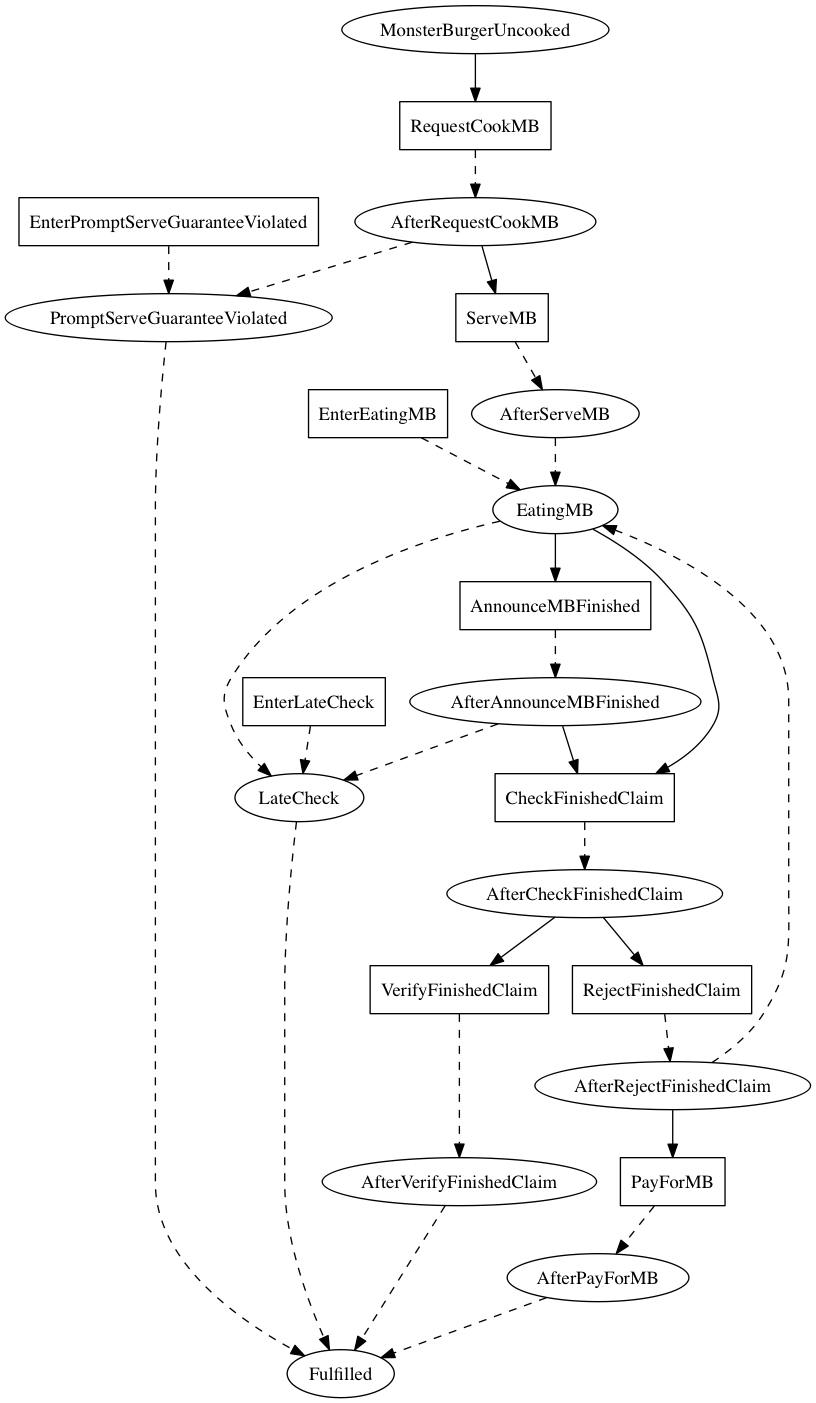
The Graphviz diagram linear_state_machine_language/pyL4/examples_graphviz_gen/monster_burger.png in Marcao02/complaw-deeptech, before a commit. Its source is kept beside it as linear_state_machine_language/pyL4/examples_graphviz_gen/monster_burger.dot.
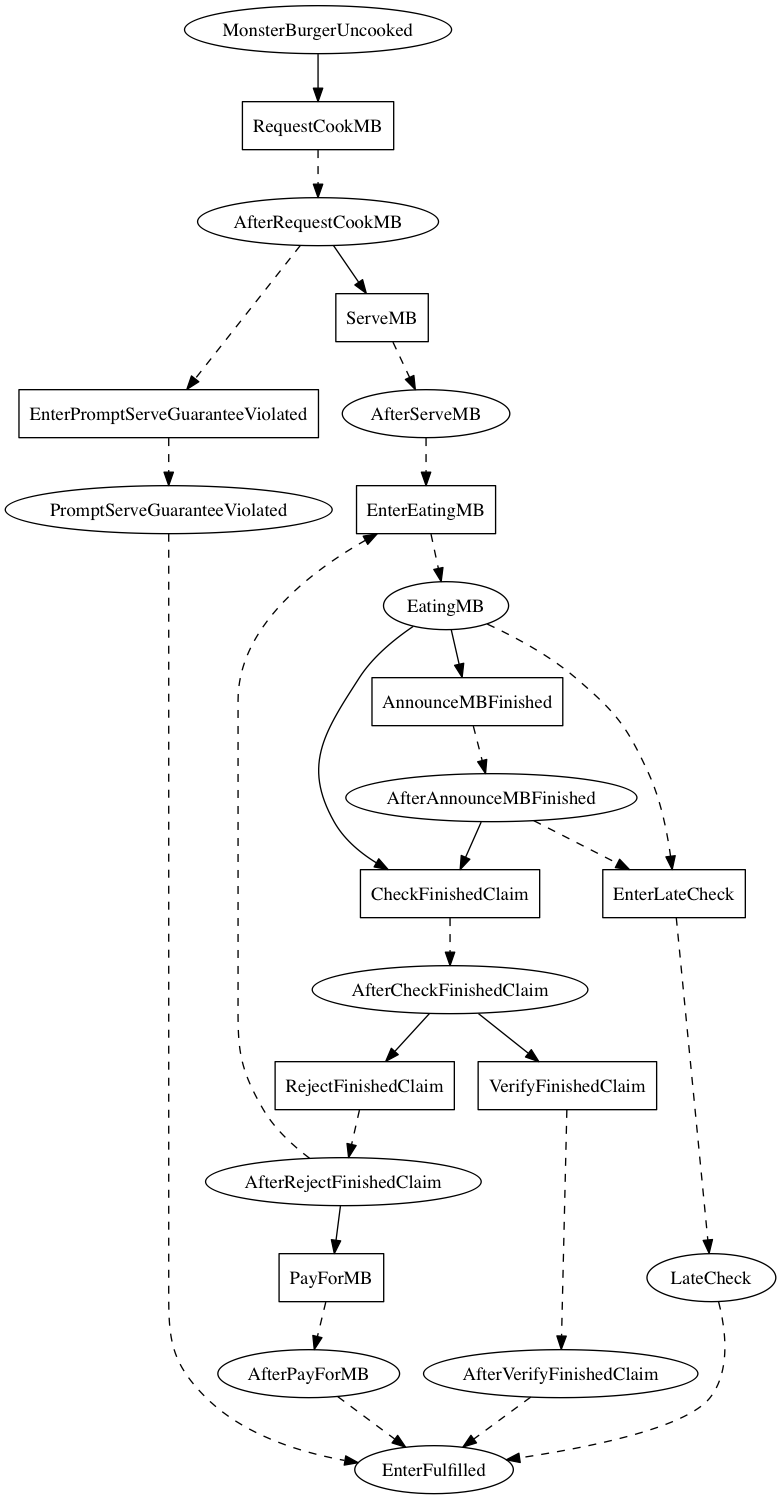
Later version of the same file.

Diff of the diagram source:
```diff
@@ -25,21 +25,21 @@
 
     MonsterBurgerUncooked -> RequestCookMB;
 	AfterRequestCookMB -> ServeMB;
-	AfterRequestCookMB -> PromptServeGuaranteeViolated [style=dashed];
-	AfterServeMB -> EatingMB [style=dashed];
-	PromptServeGuaranteeViolated -> Fulfilled [style=dashed];
+	AfterRequestCookMB -> EnterPromptServeGuaranteeViolated [style=dashed];
+	AfterServeMB -> EnterEatingMB [style=dashed];
+	PromptServeGuaranteeViolated -> EnterFulfilled [style=dashed];
 	EatingMB -> AnnounceMBFinished;
 	EatingMB -> CheckFinishedClaim;
-	EatingMB -> LateCheck [style=dashed];
+	EatingMB -> EnterLateCheck [style=dashed];
 	AfterAnnounceMBFinished -> CheckFinishedClaim;
-	AfterAnnounceMBFinished -> LateCheck [style=dashed];
-	LateCheck -> Fulfilled [style=dashed];
+	AfterAnnounceMBFinished -> EnterLateCheck [style=dashed];
+	LateCheck -> EnterFulfilled [style=dashed];
 	AfterCheckFinishedClaim -> VerifyFinishedClaim;
 	AfterCheckFinishedClaim -> RejectFinishedClaim;
-	AfterRejectFinishedClaim -> EatingMB [style=dashed];
+	AfterRejectFinishedClaim -> EnterEatingMB [style=dashed];
 	AfterRejectFinishedClaim -> PayForMB;
-	AfterPayForMB -> Fulfilled [style=dashed];
-	AfterVerifyFinishedClaim -> Fulfilled [style=dashed]
+	AfterPayForMB -> EnterFulfilled [style=dashed];
+	AfterVerifyFinishedClaim -> EnterFulfilled [style=dashed]
 
     RequestCookMB -> AfterRequestCookMB [style=dashed];
 	ServeMB -> AfterServeMB [style=dashed];
```
